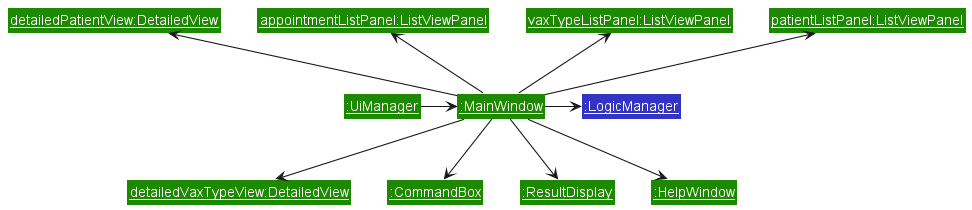
This is docs/images/UiObjectDiagram.png from nus-cs2103-AY2223S2/tp, a PlantUML export, as it was before one commit.
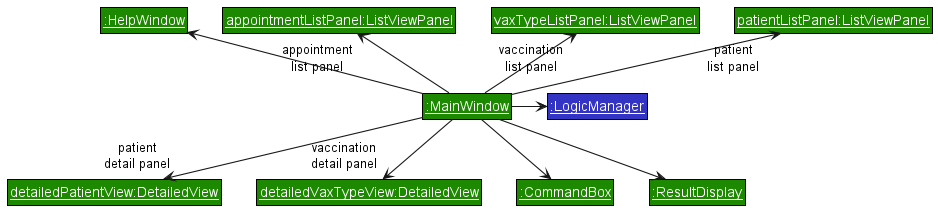
After the commit.

The edit, as a diff of the source:
```diff
@@ -5,7 +5,6 @@
 
 skinparam arrowThickness 1.1
 
-Class "<u>:UiManager</u>" as UiManager UI_COLOR
 Class "<u>:MainWindow</u>" as MainWindow UI_COLOR
 
 Class "<u>patientListPanel:ListViewPanel</u>" as PatientList UI_COLOR
@@ -21,15 +20,13 @@
 
 Class "<u>:LogicManager</u>" as LogicManager LOGIC_COLOR
 
-UiManager -> MainWindow
-
-MainWindow -up-> PatientList
-MainWindow -up-> VaccinationList
-MainWindow -up-> AppointmentList
-MainWindow -up-> PatientDetail
+MainWindow -up-> "patient\nlist panel" PatientList
+MainWindow -up-> "vaccination\nlist panel" VaccinationList
+MainWindow -up-> "appointment\nlist panel" AppointmentList
+MainWindow -down-> "patient\ndetail panel" PatientDetail
 MainWindow -right-> LogicManager
-MainWindow -down-> VaccinationDetail
-MainWindow -down-> HelpWindow
+MainWindow -down-> "vaccination\ndetail panel" VaccinationDetail
+MainWindow -up-> HelpWindow
 MainWindow -down-> CommandBox
 MainWindow -down-> ResultDisplay
 
```
